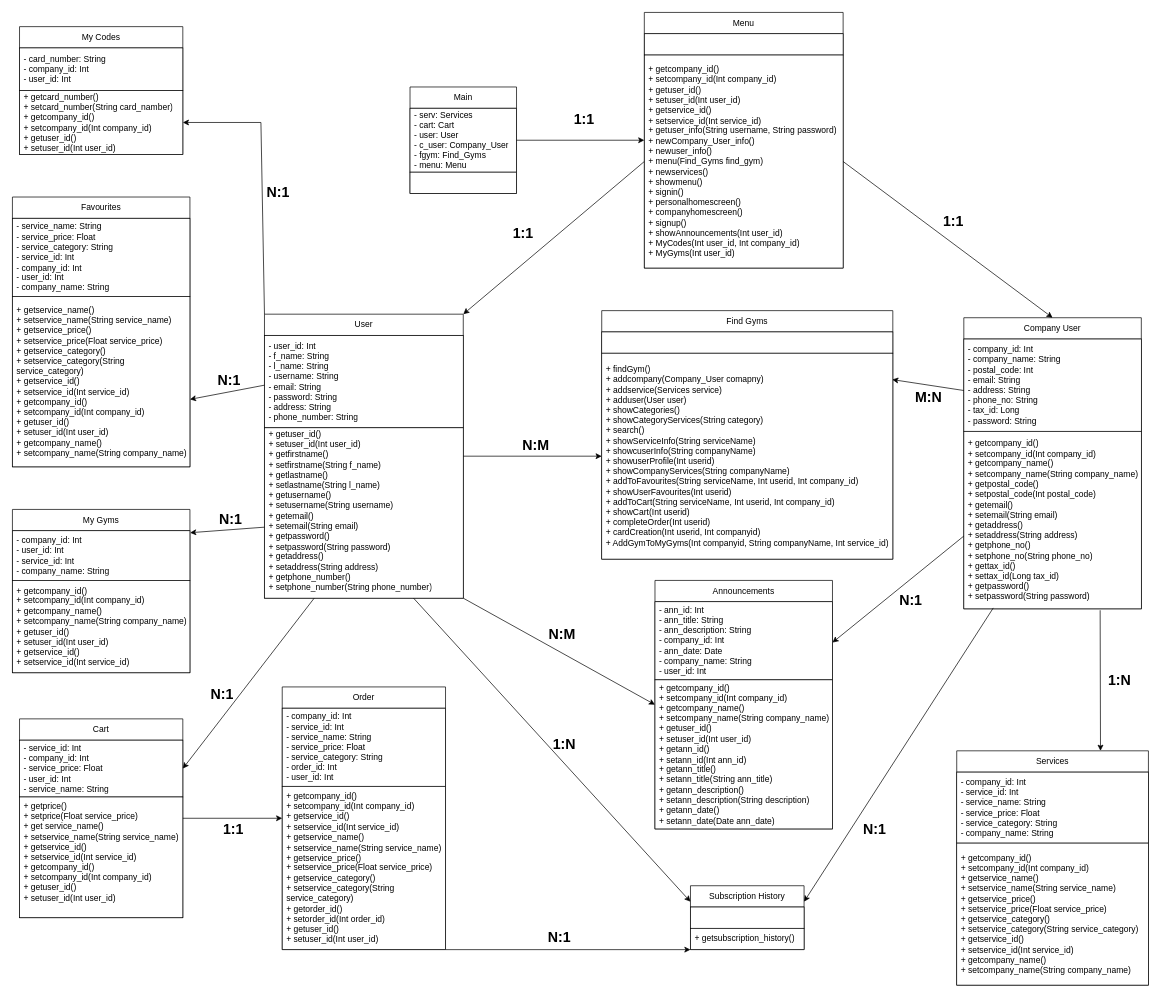
Earlier version of the draw.io diagram Draw.io/Class Diagram.drawio (kitros03/ProjectTL). Source tidied: cells renumbered, new cells numbered last; positions are measured from the earlier drawing's top-left corner, leaving out a move shared by most shapes. Both pictures are drawn from the tidied source at 71%, with x=0, y=0 at pixel (12, 12).
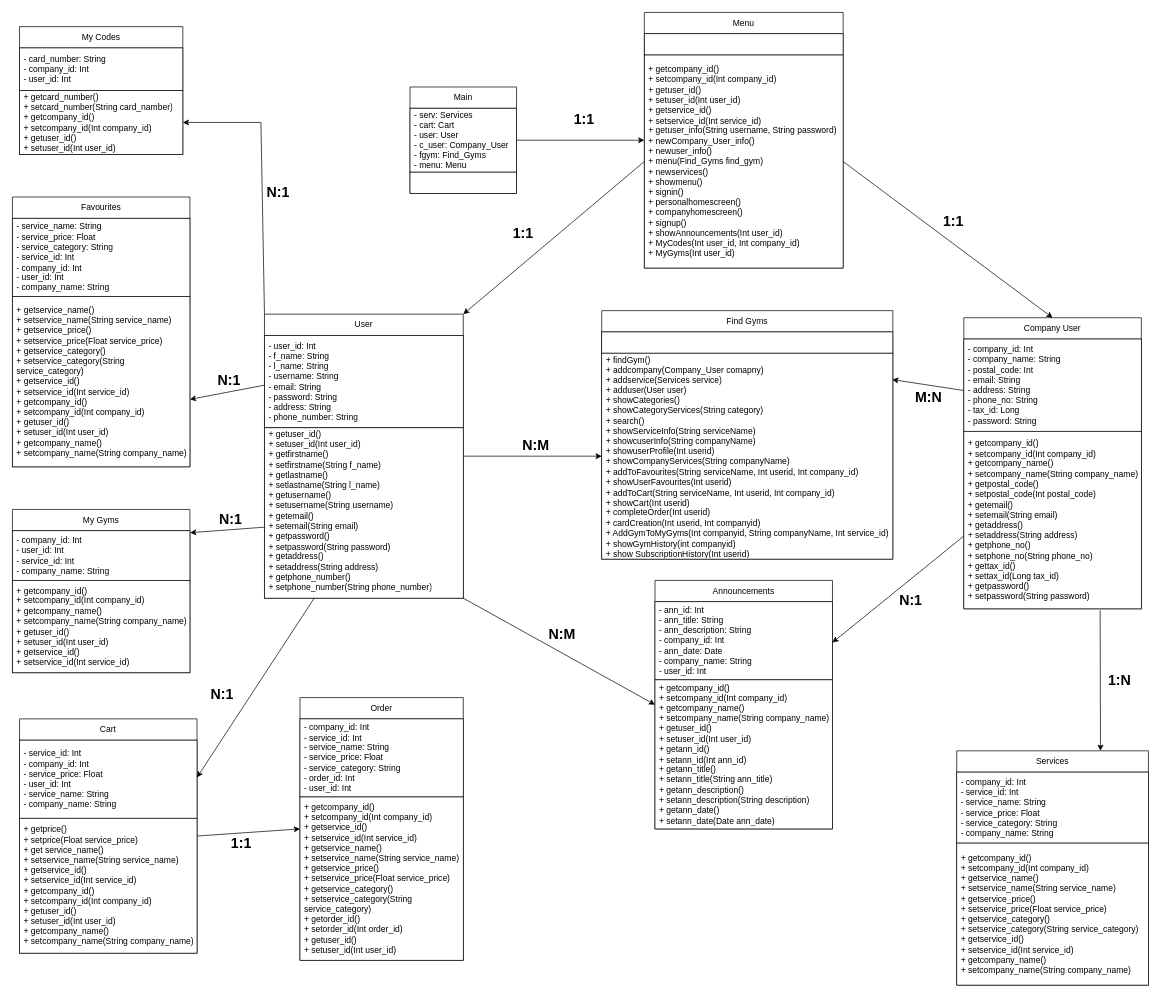
Above is the later version.

The change refers to these unchanged cells:
```xml
<mxCell id="2" value="User" style="swimlane;fontStyle=0;horizontal=1;startSize=30;whiteSpace=wrap;html=1;strokeColor=light-dark(#000000,#000000);fillColor=light-dark(#FFFFFF,#FFFFFF);fontColor=light-dark(#000000,#000000);" parent="1" vertex="1">
  <mxGeometry x="355" y="425" width="280" height="400" as="geometry" />
</mxCell>
<mxCell id="17" value="Find Gyms" style="swimlane;fontStyle=0;horizontal=1;startSize=30;whiteSpace=wrap;html=1;strokeColor=light-dark(#000000,#000000);fillColor=light-dark(#FFFFFF,#FFFFFF);fontColor=light-dark(#000000,#000000);" parent="1" vertex="1">
  <mxGeometry x="830" y="420" width="410" height="350" as="geometry" />
</mxCell>
<mxCell id="22" value="&lt;div&gt;&lt;span style=&quot;background-color: transparent;&quot;&gt;+ getcompany_id()&lt;/span&gt;&lt;/div&gt;&lt;div&gt;+ setcompany_id(Int company_id)&lt;/div&gt;&lt;div&gt;+ getcompany_name()&lt;/div&gt;&lt;div&gt;+ setcompany_name(String company_name)&lt;/div&gt;&lt;div&gt;&lt;div&gt;&lt;span style=&quot;background-color: transparent;&quot;&gt;+ getpostal_code()&lt;/span&gt;&lt;/div&gt;&lt;div&gt;+ setpostal_code(Int postal_code)&lt;/div&gt;&lt;div&gt;+ getemail()&lt;/div&gt;&lt;div&gt;+ setemail(String email)&lt;/div&gt;&lt;/div&gt;&lt;div&gt;&lt;div&gt;&lt;span style=&quot;background-color: transparent;&quot;&gt;+ getaddress()&lt;/span&gt;&lt;/div&gt;&lt;div&gt;+ setaddress(String address)&lt;/div&gt;&lt;div&gt;+ getphone_no()&lt;/div&gt;&lt;div&gt;+ setphone_no(String phone_no)&lt;/div&gt;&lt;/div&gt;&lt;div&gt;&lt;div&gt;&lt;span style=&quot;background-color: transparent;&quot;&gt;+ gettax_id()&lt;/span&gt;&lt;/div&gt;&lt;div&gt;+ settax_id(Long tax_id)&lt;/div&gt;&lt;div&gt;+ getpassword()&lt;/div&gt;&lt;div&gt;+ setpassword(String password)&lt;/div&gt;&lt;/div&gt;" style="text;strokeColor=light-dark(#000000,#000000);fillColor=light-dark(#FFFFFF,#FFFFFF);align=left;verticalAlign=middle;spacingLeft=4;spacingRight=4;overflow=hidden;points=[[0,0.5],[1,0.5]];portConstraint=eastwest;whiteSpace=wrap;html=1;fontColor=light-dark(#000000,#000000);" parent="20" vertex="1">
  <mxGeometry y="160" width="250" height="250" as="geometry" />
</mxCell>
```

What changed in the source:
```diff
@@
     <mxCell id="5" value="Cart" style="swimlane;fontStyle=0;horizontal=1;startSize=30;whiteSpace=wrap;html=1;strokeColor=light-dark(#000000,#000000);fillColor=light-dark(#FFFFFF,#FFFFFF);fontColor=light-dark(#000000,#000000);" parent="1" vertex="1">
-      <mxGeometry x="10" y="995" width="230" height="280" as="geometry" />
+      <mxGeometry x="10" y="995" width="250" height="330" as="geometry" />
     </mxCell>
-    <mxCell id="6" value="- service_id: Int&lt;div&gt;- company_id: Int&lt;/div&gt;&lt;div&gt;- service_price: Float&lt;/div&gt;&lt;div&gt;- user_id: Int&lt;/div&gt;&lt;div&gt;- service_name: String&lt;/div&gt;" style="text;strokeColor=light-dark(#000000,#000000);fillColor=light-dark(#FFFFFF,#FFFFFF);align=left;verticalAlign=middle;spacingLeft=4;spacingRight=4;overflow=hidden;whiteSpace=wrap;html=1;fontColor=light-dark(#000000,#000000);" parent="5" vertex="1">
-      <mxGeometry y="30" width="230" height="80" as="geometry" />
+    <mxCell id="6" value="- service_id: Int&lt;div&gt;- company_id: Int&lt;/div&gt;&lt;div&gt;- service_price: Float&lt;/div&gt;&lt;div&gt;- user_id: Int&lt;/div&gt;&lt;div&gt;- service_name: String&lt;/div&gt;&lt;div&gt;- company_name: String&lt;/div&gt;" style="text;strokeColor=light-dark(#000000,#000000);fillColor=light-dark(#FFFFFF,#FFFFFF);align=left;verticalAlign=middle;spacingLeft=4;spacingRight=4;overflow=hidden;whiteSpace=wrap;html=1;fontColor=light-dark(#000000,#000000);" parent="5" vertex="1">
+      <mxGeometry y="30" width="250" height="110" as="geometry" />
     </mxCell>
-    <mxCell id="7" value="+ getprice()&lt;div&gt;+ setprice(Float service_price)&lt;/div&gt;&lt;div&gt;+ get service_name()&lt;/div&gt;&lt;div&gt;+ setservice_name(String service_name)&lt;/div&gt;&lt;div&gt;+ getservice_id()&lt;/div&gt;&lt;div&gt;+ setservice_id(Int service_id)&lt;/div&gt;&lt;div&gt;+ getcompany_id()&lt;/div&gt;&lt;div&gt;+ setcompany_id(Int company_id)&lt;/div&gt;&lt;div&gt;+ getuser_id()&lt;/div&gt;&lt;div&gt;+ setuser_id(Int user_id)&lt;/div&gt;&lt;div&gt;&lt;br&gt;&lt;/div&gt;" style="text;strokeColor=light-dark(#000000,#000000);fillColor=light-dark(#FFFFFF,#FFFFFF);align=left;verticalAlign=middle;spacingLeft=4;spacingRight=4;overflow=hidden;whiteSpace=wrap;html=1;fontColor=light-dark(#000000,#000000);" parent="5" vertex="1">
-      <mxGeometry y="110" width="230" height="170" as="geometry" />
+    <mxCell id="7" value="+ getprice()&lt;div&gt;+ setprice(Float service_price)&lt;/div&gt;&lt;div&gt;+ get service_name()&lt;/div&gt;&lt;div&gt;+ setservice_name(String service_name)&lt;/div&gt;&lt;div&gt;+ getservice_id()&lt;/div&gt;&lt;div&gt;+ setservice_id(Int service_id)&lt;/div&gt;&lt;div&gt;+ getcompany_id()&lt;/div&gt;&lt;div&gt;+ setcompany_id(Int company_id)&lt;/div&gt;&lt;div&gt;+ getuser_id()&lt;/div&gt;&lt;div&gt;+ setuser_id(Int user_id)&lt;/div&gt;&lt;div&gt;+ getcompany_name()&lt;/div&gt;&lt;div&gt;+ setcompany_name(String company_name)&lt;/div&gt;" style="text;strokeColor=light-dark(#000000,#000000);fillColor=light-dark(#FFFFFF,#FFFFFF);align=left;verticalAlign=middle;spacingLeft=4;spacingRight=4;overflow=hidden;whiteSpace=wrap;html=1;fontColor=light-dark(#000000,#000000);" parent="5" vertex="1">
+      <mxGeometry y="140" width="250" height="190" as="geometry" />
     </mxCell>
@@
-    <mxCell id="19" value="+ findGym()&lt;div&gt;+ addcompany(Company_User comapny)&lt;/div&gt;&lt;div&gt;+ addservice(Services service)&lt;/div&gt;&lt;div&gt;+ adduser(User user)&lt;/div&gt;&lt;div&gt;+ showCategories()&lt;/div&gt;&lt;div&gt;+ showCategoryServices(String category)&lt;/div&gt;&lt;div&gt;+ search()&lt;/div&gt;&lt;div&gt;+ showServiceInfo(String serviceName)&lt;/div&gt;&lt;div&gt;+ showcuserInfo(String companyName)&lt;/div&gt;&lt;div&gt;+ showuserProfile(Int userid&lt;span style=&quot;background-color: transparent;&quot;&gt;)&lt;/span&gt;&lt;/div&gt;&lt;div&gt;&lt;span style=&quot;background-color: transparent;&quot;&gt;+ showCompanyServices(String companyName)&lt;/span&gt;&lt;/div&gt;&lt;div&gt;&lt;span style=&quot;background-color: transparent;&quot;&gt;+ addToFavourites(String serviceName, Int userid, Int company_id)&lt;/span&gt;&lt;/div&gt;&lt;div&gt;+ showUserFavourites(Int userid)&lt;/div&gt;&lt;div&gt;+ addToCart(String serviceName, Int userid, Int company_id)&lt;/div&gt;&lt;div&gt;+ showCart(Int userid)&lt;/div&gt;&lt;div&gt;+ completeOrder(Int userid)&lt;/div&gt;&lt;div&gt;+ cardCreation(Int userid, Int companyid)&lt;/div&gt;&lt;div&gt;+ AddGymToMyGyms(Int companyid, String companyName, Int service_id)&lt;/div&gt;" style="text;strokeColor=light-dark(#000000,#000000);fillColor=light-dark(#FFFFFF,#FFFFFF);align=left;verticalAlign=middle;spacingLeft=4;spacingRight=4;overflow=hidden;points=[[0,0.5],[1,0.5]];portConstraint=eastwest;whiteSpace=wrap;html=1;fontColor=light-dark(#000000,#000000);" parent="17" vertex="1">
+    <mxCell id="19" value="+ findGym()&lt;div&gt;+ addcompany(Company_User comapny)&lt;/div&gt;&lt;div&gt;+ addservice(Services service)&lt;/div&gt;&lt;div&gt;+ adduser(User user)&lt;/div&gt;&lt;div&gt;+ showCategories()&lt;/div&gt;&lt;div&gt;+ showCategoryServices(String category)&lt;/div&gt;&lt;div&gt;+ search()&lt;/div&gt;&lt;div&gt;+ showServiceInfo(String serviceName)&lt;/div&gt;&lt;div&gt;+ showcuserInfo(String companyName)&lt;/div&gt;&lt;div&gt;+ showuserProfile(Int userid&lt;span style=&quot;background-color: transparent;&quot;&gt;)&lt;/span&gt;&lt;/div&gt;&lt;div&gt;&lt;span style=&quot;background-color: transparent;&quot;&gt;+ showCompanyServices(String companyName)&lt;/span&gt;&lt;/div&gt;&lt;div&gt;&lt;span style=&quot;background-color: transparent;&quot;&gt;+ addToFavourites(String serviceName, Int userid, Int company_id)&lt;/span&gt;&lt;/div&gt;&lt;div&gt;+ showUserFavourites(Int userid)&lt;/div&gt;&lt;div&gt;+ addToCart(String serviceName, Int userid, Int company_id)&lt;/div&gt;&lt;div&gt;+ showCart(Int userid)&lt;/div&gt;&lt;div&gt;+ completeOrder(Int userid)&lt;/div&gt;&lt;div&gt;+ cardCreation(Int userid, Int companyid)&lt;/div&gt;&lt;div&gt;+ AddGymToMyGyms(Int companyid, String companyName, Int service_id)&lt;/div&gt;&lt;div&gt;+ showGymHistory(int companyid)&lt;/div&gt;&lt;div&gt;+ show SubscriptionHistory(Int userid)&lt;/div&gt;" style="text;strokeColor=light-dark(#000000,#000000);fillColor=light-dark(#FFFFFF,#FFFFFF);align=left;verticalAlign=middle;spacingLeft=4;spacingRight=4;overflow=hidden;points=[[0,0.5],[1,0.5]];portConstraint=eastwest;whiteSpace=wrap;html=1;fontColor=light-dark(#000000,#000000);" parent="17" vertex="1">
       <mxGeometry y="60" width="410" height="290" as="geometry" />
     </mxCell>
@@
-    <mxCell id="23" value="Subscription History" style="swimlane;fontStyle=0;horizontal=1;startSize=30;whiteSpace=wrap;html=1;strokeColor=light-dark(#000000,#000000);fillColor=light-dark(#FFFFFF,#FFFFFF);fontColor=light-dark(#000000,#000000);" parent="1" vertex="1">
-      <mxGeometry x="955" y="1230" width="160" height="90" as="geometry" />
-    </mxCell>
-    <mxCell id="24" style="text;strokeColor=light-dark(#000000,#000000);fillColor=light-dark(#FFFFFF,#FFFFFF);align=left;verticalAlign=middle;spacingLeft=4;spacingRight=4;overflow=hidden;whiteSpace=wrap;html=1;fontColor=light-dark(#000000,#000000);" parent="23" vertex="1">
-      <mxGeometry y="30" width="160" height="30" as="geometry" />
-    </mxCell>
-    <mxCell id="25" value="+ getsubscription_history()" style="text;strokeColor=light-dark(#000000,#000000);fillColor=light-dark(#FFFFFF,#FFFFFF);align=left;verticalAlign=middle;spacingLeft=4;spacingRight=4;overflow=hidden;whiteSpace=wrap;html=1;fontColor=light-dark(#000000,#000000);" parent="23" vertex="1">
-      <mxGeometry y="60" width="160" height="30" as="geometry" />
-    </mxCell>
@@
     <mxCell id="32" value="Order" style="swimlane;fontStyle=0;horizontal=1;startSize=30;whiteSpace=wrap;html=1;strokeColor=light-dark(#000000,#000000);fillColor=light-dark(#FFFFFF,#FFFFFF);fontColor=light-dark(#000000,#000000);" parent="1" vertex="1">
-      <mxGeometry x="380" y="950" width="230" height="370" as="geometry" />
+      <mxGeometry x="405" y="965" width="230" height="370" as="geometry" />
     </mxCell>
@@
-    <mxCell id="43" style="endArrow=classic;html=1;rounded=0;strokeColor=light-dark(#000000,#000000);exitX=0.75;exitY=1;exitDx=0;exitDy=0;entryX=0;entryY=0.25;entryDx=0;entryDy=0;" parent="1" edge="1" source="2" target="23">
-      <mxGeometry relative="1" as="geometry" />
-    </mxCell>
@@
-    <mxCell id="46" style="endArrow=classic;html=1;rounded=0;strokeColor=light-dark(#000000,#000000);entryX=0;entryY=1;entryDx=0;entryDy=0;exitX=1;exitY=1;exitDx=0;exitDy=0;" parent="1" edge="1" source="32" target="23">
-      <mxGeometry relative="1" as="geometry" />
-    </mxCell>
@@
-    <mxCell id="56" style="endArrow=classic;html=1;rounded=0;strokeColor=light-dark(#000000,#000000);exitX=0.166;exitY=0.995;exitDx=0;exitDy=0;entryX=1;entryY=0.25;entryDx=0;entryDy=0;exitPerimeter=0;" parent="1" edge="1" source="22" target="23">
-      <mxGeometry relative="1" as="geometry" />
-    </mxCell>
@@
     <mxCell id="61" value="&lt;font&gt;1:1&lt;/font&gt;" style="text;html=1;align=center;verticalAlign=middle;strokeColor=none;fillColor=none;fontColor=light-dark(#000000,#000000);fontSize=20;fontStyle=1;" parent="1" vertex="1">
-      <mxGeometry x="286" y="1129" width="50" height="40" as="geometry" />
+      <mxGeometry x="297" y="1149" width="50" height="40" as="geometry" />
     </mxCell>
-    <mxCell id="62" value="&lt;font&gt;N:1&lt;/font&gt;" style="text;html=1;align=center;verticalAlign=middle;strokeColor=none;fillColor=none;fontColor=light-dark(#000000,#000000);fontSize=20;fontStyle=1;" parent="1" vertex="1">
-      <mxGeometry x="745" y="1282" width="50" height="40" as="geometry" />
-    </mxCell>
-    <mxCell id="63" value="&lt;font&gt;1:N&lt;/font&gt;" style="text;html=1;align=center;verticalAlign=middle;strokeColor=none;fillColor=none;fontColor=light-dark(#000000,#000000);fontSize=20;fontStyle=1;" parent="1" vertex="1">
-      <mxGeometry x="752" y="1010" width="50" height="40" as="geometry" />
-    </mxCell>
@@
-    <mxCell id="68" value="&lt;font&gt;N:1&lt;/font&gt;" style="text;html=1;align=center;verticalAlign=middle;strokeColor=none;fillColor=none;fontColor=light-dark(#000000,#000000);fontSize=20;fontStyle=1;" parent="1" vertex="1">
-      <mxGeometry x="1189" y="1129" width="50" height="40" as="geometry" />
-    </mxCell>
```
